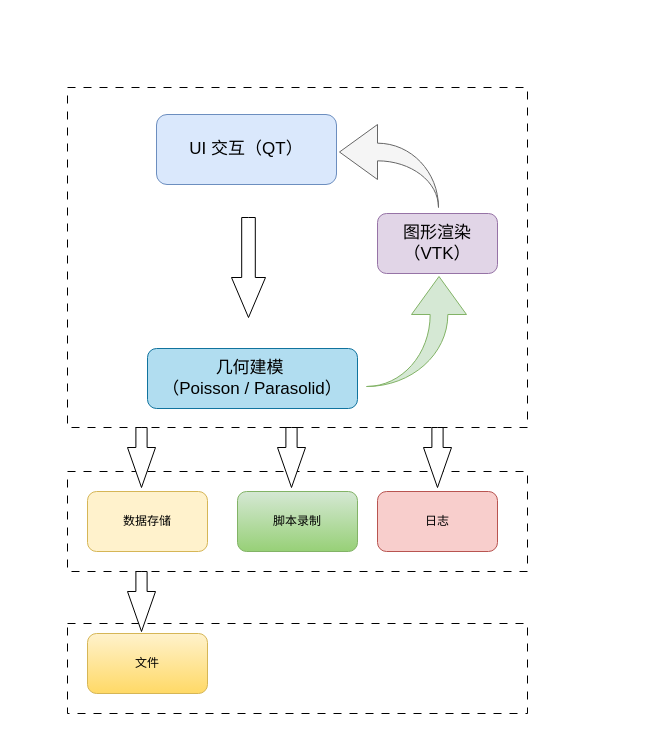
jiangyu945/Doc keeps this draw.io diagram as VTT架构.drawio. Above is the earlier version. Source tidied: cells renumbered, new cells numbered last; positions are measured from the earlier drawing's top-left corner, leaving out a move shared by most shapes. Both pictures are drawn from the tidied source at 100%, with x=0, y=0 at pixel (67, 87).
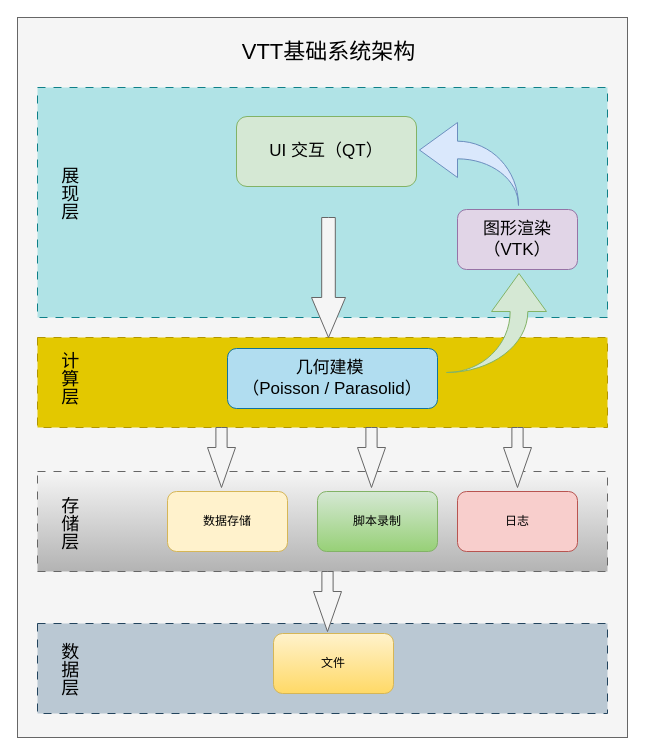
After the change.

The edit, as a diff of the source:
```diff
@@
+    <mxCell id="19" style="rounded=0;whiteSpace=wrap;html=1;fillColor=#f5f5f5;fontColor=#333333;strokeColor=#666666;" parent="1" vertex="1">
+      <mxGeometry x="-50" y="-70" width="610" height="720" as="geometry" />
+    </mxCell>
+    <mxCell id="20" style="rounded=0;whiteSpace=wrap;html=1;fillStyle=auto;dashed=1;dashPattern=8 8;fillColor=#b0e3e6;strokeColor=#0e8088;" parent="1" vertex="1">
+      <mxGeometry x="-30" width="570" height="230" as="geometry" />
+    </mxCell>
-    <mxCell id="2" style="rounded=0;whiteSpace=wrap;html=1;fillStyle=dashed;dashed=1;dashPattern=8 8;" parent="1" vertex="1">
-      <mxGeometry y="536" width="460" height="90" as="geometry" />
+    <mxCell id="2" style="rounded=0;whiteSpace=wrap;html=1;fillStyle=auto;dashed=1;dashPattern=8 8;fillColor=#bac8d3;strokeColor=#23445d;" parent="1" vertex="1">
+      <mxGeometry x="-30" y="536" width="570" height="90" as="geometry" />
     </mxCell>
-    <mxCell id="3" style="rounded=0;whiteSpace=wrap;html=1;fillStyle=dashed;dashed=1;dashPattern=8 8;" parent="1" vertex="1">
-      <mxGeometry y="384" width="460" height="100" as="geometry" />
+    <mxCell id="3" style="rounded=0;whiteSpace=wrap;html=1;fillStyle=dashed;dashed=1;dashPattern=8 8;fillColor=#f5f5f5;gradientColor=#b3b3b3;strokeColor=#666666;" parent="1" vertex="1">
+      <mxGeometry x="-30" y="384" width="570" height="100" as="geometry" />
     </mxCell>
-    <mxCell id="4" style="rounded=0;whiteSpace=wrap;html=1;fillStyle=dashed;dashed=1;dashPattern=8 8;" parent="1" vertex="1">
-      <mxGeometry width="460" height="340" as="geometry" />
+    <mxCell id="4" style="rounded=0;whiteSpace=wrap;html=1;fillStyle=auto;dashed=1;dashPattern=8 8;fillColor=#e3c800;strokeColor=#B09500;fontColor=#000000;" parent="1" vertex="1">
+      <mxGeometry x="-30" y="250" width="570" height="90" as="geometry" />
     </mxCell>
-    <mxCell id="5" value="&lt;font style=&quot;font-size: 17px;&quot;&gt;UI 交互（QT）&lt;/font&gt;" style="rounded=1;whiteSpace=wrap;html=1;fillColor=#dae8fc;strokeColor=#6c8ebf;" parent="1" vertex="1">
-      <mxGeometry x="89" y="27" width="180" height="70" as="geometry" />
+    <mxCell id="5" value="&lt;font style=&quot;font-size: 17px;&quot;&gt;UI 交互（QT）&lt;/font&gt;" style="rounded=1;whiteSpace=wrap;html=1;fillColor=#d5e8d4;strokeColor=#82b366;" parent="1" vertex="1">
+      <mxGeometry x="169" y="29" width="180" height="70" as="geometry" />
     </mxCell>
     <mxCell id="6" value="&lt;font style=&quot;font-size: 17px;&quot;&gt;图形渲染（VTK）&lt;/font&gt;" style="rounded=1;whiteSpace=wrap;html=1;fillColor=#e1d5e7;strokeColor=#9673a6;" parent="1" vertex="1">
-      <mxGeometry x="310" y="126" width="120" height="60" as="geometry" />
+      <mxGeometry x="390" y="122" width="120" height="60" as="geometry" />
     </mxCell>
     <mxCell id="7" value="脚本录制" style="rounded=1;whiteSpace=wrap;html=1;fillColor=#d5e8d4;strokeColor=#82b366;gradientColor=#97d077;" parent="1" vertex="1">
-      <mxGeometry x="170" y="404" width="120" height="60" as="geometry" />
+      <mxGeometry x="250" y="404" width="120" height="60" as="geometry" />
     </mxCell>
     <mxCell id="8" value="数据存储" style="rounded=1;whiteSpace=wrap;html=1;fillColor=#fff2cc;strokeColor=#d6b656;" parent="1" vertex="1">
-      <mxGeometry x="20" y="404" width="120" height="60" as="geometry" />
+      <mxGeometry x="100" y="404" width="120" height="60" as="geometry" />
     </mxCell>
     <mxCell id="9" value="文件" style="rounded=1;whiteSpace=wrap;html=1;fillColor=#fff2cc;gradientColor=#ffd966;strokeColor=#d6b656;" parent="1" vertex="1">
-      <mxGeometry x="20" y="546" width="120" height="60" as="geometry" />
+      <mxGeometry x="206" y="546" width="120" height="60" as="geometry" />
     </mxCell>
     <mxCell id="10" value="日志" style="rounded=1;whiteSpace=wrap;html=1;fillColor=#f8cecc;strokeColor=#b85450;" parent="1" vertex="1">
-      <mxGeometry x="310" y="404" width="120" height="60" as="geometry" />
+      <mxGeometry x="390" y="404" width="120" height="60" as="geometry" />
     </mxCell>
     <mxCell id="11" value="&lt;font style=&quot;font-size: 17px;&quot;&gt;几何建模&amp;nbsp;&lt;/font&gt;&lt;div style=&quot;font-size: 17px;&quot;&gt;&lt;font style=&quot;font-size: 17px;&quot;&gt;（Poisson / Parasolid）&lt;/font&gt;&lt;/div&gt;" style="rounded=1;whiteSpace=wrap;html=1;fillColor=#b1ddf0;strokeColor=#10739e;" parent="1" vertex="1">
-      <mxGeometry x="80" y="261" width="210" height="60" as="geometry" />
+      <mxGeometry x="160" y="261" width="210" height="60" as="geometry" />
     </mxCell>
-    <mxCell id="12" style="html=1;shadow=0;dashed=0;align=center;verticalAlign=middle;shape=mxgraph.arrows2.arrow;dy=0.6;dx=40;direction=south;notch=0;" parent="1" vertex="1">
-      <mxGeometry x="164" y="130" width="34" height="100" as="geometry" />
+    <mxCell id="12" style="html=1;shadow=0;dashed=0;align=center;verticalAlign=middle;shape=mxgraph.arrows2.arrow;dy=0.6;dx=40;direction=south;notch=0;fillColor=#f5f5f5;fontColor=#333333;strokeColor=#666666;" parent="1" vertex="1">
+      <mxGeometry x="244" y="130" width="34" height="120" as="geometry" />
     </mxCell>
-    <mxCell id="13" style="html=1;shadow=0;dashed=0;align=center;verticalAlign=middle;shape=mxgraph.arrows2.arrow;dy=0.6;dx=40;direction=south;notch=0;" parent="1" vertex="1">
-      <mxGeometry x="60" y="340" width="28" height="60" as="geometry" />
+    <mxCell id="13" style="html=1;shadow=0;dashed=0;align=center;verticalAlign=middle;shape=mxgraph.arrows2.arrow;dy=0.6;dx=40;direction=south;notch=0;fillColor=#f5f5f5;fontColor=#333333;strokeColor=#666666;" parent="1" vertex="1">
+      <mxGeometry x="140" y="340" width="28" height="60" as="geometry" />
     </mxCell>
-    <mxCell id="14" style="html=1;shadow=0;dashed=0;align=center;verticalAlign=middle;shape=mxgraph.arrows2.arrow;dy=0.6;dx=40;direction=south;notch=0;" parent="1" vertex="1">
-      <mxGeometry x="210" y="340" width="28" height="60" as="geometry" />
+    <mxCell id="14" style="html=1;shadow=0;dashed=0;align=center;verticalAlign=middle;shape=mxgraph.arrows2.arrow;dy=0.6;dx=40;direction=south;notch=0;fillColor=#f5f5f5;fontColor=#333333;strokeColor=#666666;" parent="1" vertex="1">
+      <mxGeometry x="290" y="340" width="28" height="60" as="geometry" />
     </mxCell>
-    <mxCell id="15" style="html=1;shadow=0;dashed=0;align=center;verticalAlign=middle;shape=mxgraph.arrows2.arrow;dy=0.6;dx=40;direction=south;notch=0;" parent="1" vertex="1">
-      <mxGeometry x="356" y="340" width="28" height="60" as="geometry" />
+    <mxCell id="15" style="html=1;shadow=0;dashed=0;align=center;verticalAlign=middle;shape=mxgraph.arrows2.arrow;dy=0.6;dx=40;direction=south;notch=0;fillColor=#f5f5f5;fontColor=#333333;strokeColor=#666666;" parent="1" vertex="1">
+      <mxGeometry x="436" y="340" width="28" height="60" as="geometry" />
     </mxCell>
-    <mxCell id="16" style="html=1;shadow=0;dashed=0;align=center;verticalAlign=middle;shape=mxgraph.arrows2.arrow;dy=0.6;dx=40;direction=south;notch=0;" parent="1" vertex="1">
-      <mxGeometry x="60" y="484" width="28" height="60" as="geometry" />
+    <mxCell id="16" style="html=1;shadow=0;dashed=0;align=center;verticalAlign=middle;shape=mxgraph.arrows2.arrow;dy=0.6;dx=40;direction=south;notch=0;fillColor=#f5f5f5;fontColor=#333333;strokeColor=#666666;" parent="1" vertex="1">
+      <mxGeometry x="246" y="484" width="28" height="60" as="geometry" />
     </mxCell>
-    <mxCell id="17" style="html=1;shadow=0;dashed=0;align=center;verticalAlign=middle;shape=mxgraph.arrows2.jumpInArrow;dy=8.83;dx=38;arrowHead=55;direction=west;flipH=0;flipV=1;fillColor=#f5f5f5;fontColor=#333333;strokeColor=#666666;" parent="1" vertex="1">
-      <mxGeometry x="272" y="37" width="99" height="83" as="geometry" />
+    <mxCell id="17" style="html=1;shadow=0;dashed=0;align=center;verticalAlign=middle;shape=mxgraph.arrows2.jumpInArrow;dy=8.83;dx=38;arrowHead=55;direction=west;flipH=0;flipV=1;fillColor=#dae8fc;strokeColor=#6c8ebf;" parent="1" vertex="1">
+      <mxGeometry x="352" y="35" width="99" height="83" as="geometry" />
     </mxCell>
     <mxCell id="18" style="html=1;shadow=0;dashed=0;align=center;verticalAlign=middle;shape=mxgraph.arrows2.jumpInArrow;dy=8.83;dx=38;arrowHead=55;direction=south;flipH=0;flipV=1;fillColor=#d5e8d4;strokeColor=#82b366;" parent="1" vertex="1">
-      <mxGeometry x="299" y="189" width="100" height="110" as="geometry" />
+      <mxGeometry x="379" y="186" width="100" height="99" as="geometry" />
     </mxCell>
+    <mxCell id="21" value="展现层" style="text;html=1;align=center;verticalAlign=middle;whiteSpace=wrap;rounded=0;textDirection=vertical-lr;fontSize=18;" parent="1" vertex="1">
+      <mxGeometry x="-30" y="56" width="60" height="99" as="geometry" />
+    </mxCell>
+    <mxCell id="22" value="计算层" style="text;html=1;align=center;verticalAlign=middle;whiteSpace=wrap;rounded=0;textDirection=vertical-lr;fontSize=18;" parent="1" vertex="1">
+      <mxGeometry x="-30" y="254" width="60" height="74" as="geometry" />
+    </mxCell>
+    <mxCell id="23" value="存储层" style="text;html=1;align=center;verticalAlign=middle;whiteSpace=wrap;rounded=0;textDirection=vertical-lr;fontSize=18;" parent="1" vertex="1">
+      <mxGeometry x="-30" y="400" width="60" height="71" as="geometry" />
+    </mxCell>
+    <mxCell id="24" value="数据层" style="text;html=1;align=center;verticalAlign=middle;whiteSpace=wrap;rounded=0;textDirection=vertical-lr;fontSize=18;" parent="1" vertex="1">
+      <mxGeometry x="-30" y="545.5" width="60" height="71" as="geometry" />
+    </mxCell>
+    <mxCell id="25" value="&lt;font style=&quot;font-size: 22px;&quot;&gt;VTT基础系统架构&lt;/font&gt;" style="text;html=1;align=center;verticalAlign=middle;whiteSpace=wrap;rounded=0;" parent="1" vertex="1">
+      <mxGeometry x="151.5" y="-50" width="219" height="30" as="geometry" />
+    </mxCell>
```
